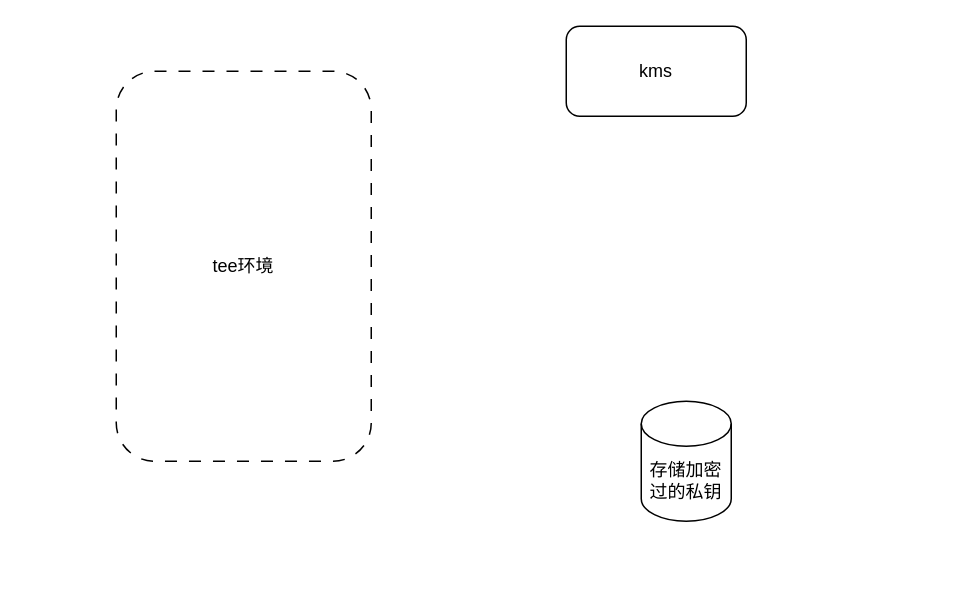
This is 签名方案.drawio from ZiHengLee/drawio, a draw.io file, before an edit. Source tidied: cells renumbered, new cells numbered last; positions are measured from the earlier drawing's top-left corner, leaving out a move shared by most shapes. Both pictures are drawn from the tidied source at 150%, with x=0, y=0 at pixel (116, 26).
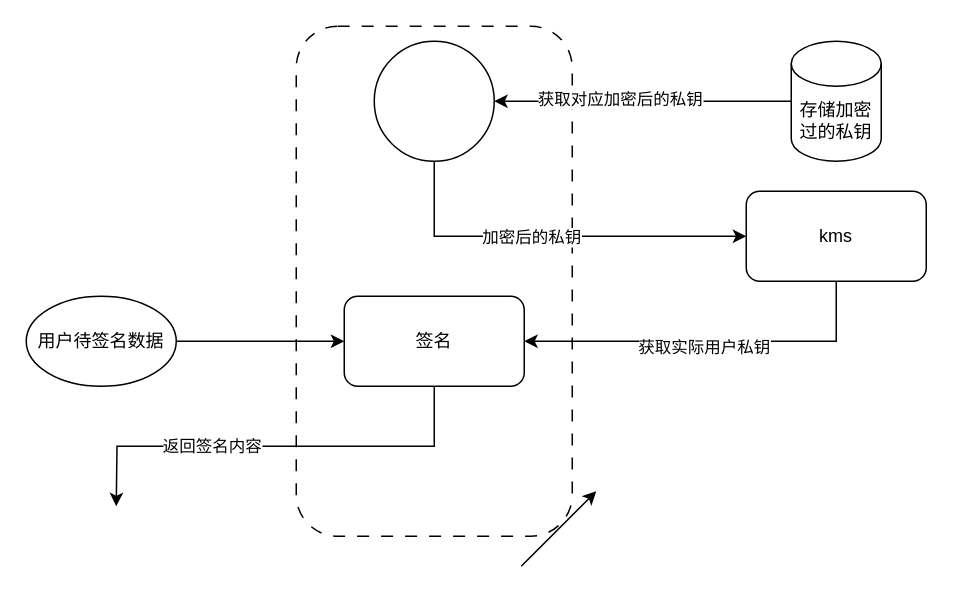
After the change.

Commit message (it also covers changes not shown here):
更新签名方案.drawio

Diff of the diagram source:
```diff
@@
 <mxGraphModel>
   <root>
     <mxCell id="0" />
     <mxCell id="1" parent="0" />
-    <mxCell id="2" value="tee环境" style="rounded=1;whiteSpace=wrap;html=1;dashed=1;dashPattern=8 8;" parent="1" vertex="1">
-      <mxGeometry y="30" width="170" height="260" as="geometry" />
+    <mxCell id="2" style="rounded=1;whiteSpace=wrap;html=1;dashed=1;dashPattern=8 8;" parent="1" vertex="1">
+      <mxGeometry x="120" width="184" height="340" as="geometry" />
     </mxCell>
+    <mxCell id="5" style="edgeStyle=orthogonalEdgeStyle;rounded=0;jettySize=auto;html=1;exitX=0.5;exitY=1;exitDx=0;exitDy=0;entryX=1;entryY=0.5;entryDx=0;entryDy=0;" parent="1" edge="1" source="3" target="17">
+      <mxGeometry relative="1" as="geometry" />
+    </mxCell>
+    <mxCell id="6" value="获取实际用户私钥" style="edgeLabel;html=1;align=center;verticalAlign=middle;" parent="5" vertex="1">
+      <mxGeometry x="0.04" y="3" relative="1" as="geometry" />
+    </mxCell>
     <mxCell id="3" value="kms" style="rounded=1;whiteSpace=wrap;html=1;" parent="1" vertex="1">
-      <mxGeometry x="300" width="120" height="60" as="geometry" />
+      <mxGeometry x="420" y="110" width="120" height="60" as="geometry" />
     </mxCell>
+    <mxCell id="7" style="edgeStyle=orthogonalEdgeStyle;rounded=0;jettySize=auto;html=1;exitX=0;exitY=0.5;exitDx=0;exitDy=0;exitPerimeter=0;" parent="1" edge="1" source="4" target="13">
+      <mxGeometry relative="1" as="geometry" />
+    </mxCell>
+    <mxCell id="8" value="获取对应加密后的私钥" style="edgeLabel;html=1;align=center;verticalAlign=middle;" parent="7" vertex="1">
+      <mxGeometry x="0.16" y="-2" relative="1" as="geometry" />
+    </mxCell>
     <mxCell id="4" value="存储加密过的私钥" style="shape=cylinder3;whiteSpace=wrap;html=1;boundedLbl=1;backgroundOutline=1;size=15;" parent="1" vertex="1">
-      <mxGeometry x="350" y="250" width="60" height="80" as="geometry" />
+      <mxGeometry x="450" y="10" width="60" height="80" as="geometry" />
     </mxCell>
+    <mxCell id="9" style="edgeStyle=orthogonalEdgeStyle;rounded=0;jettySize=auto;html=1;exitX=1;exitY=0.5;exitDx=0;exitDy=0;entryX=0;entryY=0.5;entryDx=0;entryDy=0;" parent="1" edge="1" source="10" target="17">
+      <mxGeometry relative="1" as="geometry" />
+    </mxCell>
+    <mxCell id="10" value="用户待签名数据" style="ellipse;whiteSpace=wrap;html=1;" parent="1" vertex="1">
+      <mxGeometry x="-60" y="180" width="100" height="60" as="geometry" />
+    </mxCell>
+    <mxCell id="11" style="edgeStyle=orthogonalEdgeStyle;rounded=0;jettySize=auto;html=1;exitX=0.5;exitY=1;exitDx=0;exitDy=0;entryX=0;entryY=0.5;entryDx=0;entryDy=0;" parent="1" edge="1" source="13" target="3">
+      <mxGeometry relative="1" as="geometry" />
+    </mxCell>
+    <mxCell id="12" value="加密后的私钥" style="edgeLabel;html=1;align=center;verticalAlign=middle;" parent="11" vertex="1">
+      <mxGeometry x="-0.12" relative="1" as="geometry" />
+    </mxCell>
+    <mxCell id="13" style="ellipse;whiteSpace=wrap;html=1;" parent="1" vertex="1">
+      <mxGeometry x="172" y="10" width="80" height="80" as="geometry" />
+    </mxCell>
+    <mxCell id="14" style="endArrow=classic;html=1;rounded=0;" parent="1" edge="1">
+      <mxGeometry relative="1" as="geometry">
+        <mxPoint x="270" y="360" as="sourcePoint" />
+        <mxPoint x="320" y="310" as="targetPoint" />
+      </mxGeometry>
+    </mxCell>
+    <mxCell id="15" style="edgeStyle=orthogonalEdgeStyle;rounded=0;jettySize=auto;html=1;exitX=0.5;exitY=1;exitDx=0;exitDy=0;" parent="1" edge="1" source="17">
+      <mxGeometry relative="1" as="geometry">
+        <mxPoint y="320" as="targetPoint" />
+      </mxGeometry>
+    </mxCell>
+    <mxCell id="16" value="返回签名内容" style="edgeLabel;html=1;align=center;verticalAlign=middle;" parent="15" vertex="1">
+      <mxGeometry x="0.3" y="-1" relative="1" as="geometry" />
+    </mxCell>
+    <mxCell id="17" value="签名" style="rounded=1;whiteSpace=wrap;html=1;" parent="1" vertex="1">
+      <mxGeometry x="152" y="180" width="120" height="60" as="geometry" />
+    </mxCell>
   </root>
 </mxGraphModel>
```
